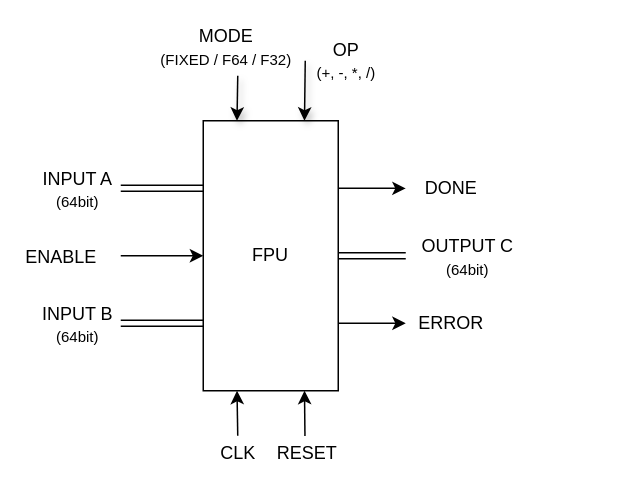
This is FPU.drawio from mido3ds/ode-solver-chip, a draw.io file, before an edit. Source tidied: cells renumbered, new cells numbered last; positions are measured from the earlier drawing's top-left corner, leaving out a move shared by most shapes. Both pictures are drawn from the tidied source at 150%, with x=0, y=0 at pixel (120, 60).
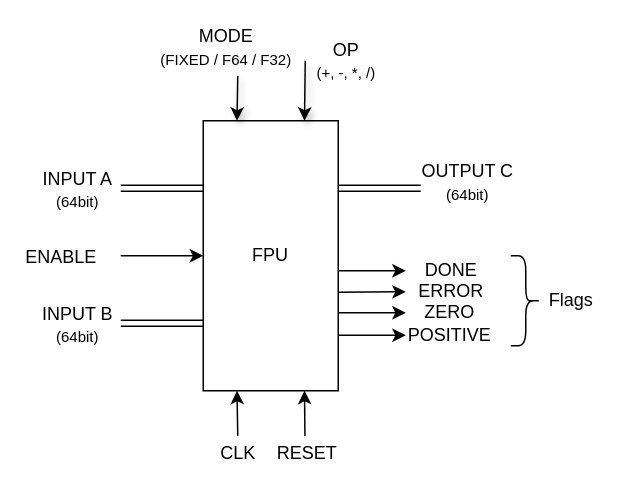
Above is the later version.

Unchanged cells that the change refers to:
```xml
<mxCell id="8" value="FPU" style="rounded=0;whiteSpace=wrap;html=1;" parent="1" vertex="1">
  <mxGeometry x="55" y="40" width="90" height="180" as="geometry" />
</mxCell>
```

Change to the diagram source:
```diff
@@
-    <mxCell id="2" style="edgeStyle=orthogonalEdgeStyle;rounded=0;jettySize=auto;html=1;exitX=1;exitY=0.25;exitDx=0;exitDy=0;shadow=0;" parent="1" edge="1" source="8">
+    <mxCell id="2" style="edgeStyle=orthogonalEdgeStyle;rounded=0;orthogonalLoop=1;jettySize=auto;html=1;shadow=0;" parent="1" edge="1">
       <mxGeometry relative="1" as="geometry">
-        <mxPoint x="190" y="85.1" as="targetPoint" />
+        <mxPoint x="145" y="140" as="sourcePoint" />
+        <mxPoint x="190" y="140" as="targetPoint" />
       </mxGeometry>
     </mxCell>
@@
-    <mxCell id="17" style="shape=link;html=1;exitX=1;exitY=0.5;exitDx=0;exitDy=0;" parent="1" edge="1" source="8">
+    <mxCell id="17" style="shape=link;html=1;exitX=1;exitY=0.25;exitDx=0;exitDy=0;" parent="1" edge="1" source="8">
       <mxGeometry relative="1" as="geometry">
-        <mxPoint x="190" y="130" as="targetPoint" />
+        <mxPoint x="200" y="85" as="targetPoint" />
       </mxGeometry>
     </mxCell>
     <mxCell id="18" value="OUTPUT C&lt;br style=&quot;font-size: 10px&quot;&gt;&lt;font size=&quot;1&quot;&gt;(64bit)&lt;/font&gt;" style="text;html=1;align=center;verticalAlign=middle;labelBackgroundColor=#ffffff;" parent="17" vertex="1">
       <mxGeometry x="-0.28" y="-4" relative="1" as="geometry">
-        <mxPoint x="69.1" y="-4" as="offset" />
+        <mxPoint x="65.4" y="-9" as="offset" />
       </mxGeometry>
     </mxCell>
-    <mxCell id="19" style="endArrow=classic;html=1;shadow=0;exitX=1;exitY=0.75;exitDx=0;exitDy=0;" parent="1" edge="1" source="8">
+    <mxCell id="19" style="endArrow=classic;html=1;shadow=0;exitX=1.002;exitY=0.635;exitDx=0;exitDy=0;exitPerimeter=0;" parent="1" edge="1" source="8">
       <mxGeometry relative="1" as="geometry">
-        <mxPoint x="190" y="175" as="targetPoint" />
+        <mxPoint x="190" y="154" as="targetPoint" />
       </mxGeometry>
     </mxCell>
     <mxCell id="20" value="ERROR" style="text;html=1;align=center;verticalAlign=middle;labelBackgroundColor=#ffffff;" parent="19" vertex="1">
       <mxGeometry x="0.43" y="-2" relative="1" as="geometry">
-        <mxPoint x="42.1" y="-3" as="offset" />
+        <mxPoint x="41.9" y="-3" as="offset" />
       </mxGeometry>
     </mxCell>
@@
+    <mxCell id="23" style="endArrow=classic;html=1;shadow=0;exitX=1;exitY=0.75;exitDx=0;exitDy=0;" parent="1" edge="1">
+      <mxGeometry relative="1" as="geometry">
+        <mxPoint x="145" y="168" as="sourcePoint" />
+        <mxPoint x="190" y="168" as="targetPoint" />
+      </mxGeometry>
+    </mxCell>
+    <mxCell id="24" value="ZERO" style="text;html=1;align=center;verticalAlign=middle;labelBackgroundColor=#ffffff;" parent="23" vertex="1">
+      <mxGeometry x="0.43" y="-2" relative="1" as="geometry">
+        <mxPoint x="41.8" y="-3" as="offset" />
+      </mxGeometry>
+    </mxCell>
+    <mxCell id="25" style="endArrow=classic;html=1;shadow=0;exitX=1;exitY=0.75;exitDx=0;exitDy=0;" parent="1" edge="1">
+      <mxGeometry relative="1" as="geometry">
+        <mxPoint x="145" y="183" as="sourcePoint" />
+        <mxPoint x="190" y="183" as="targetPoint" />
+      </mxGeometry>
+    </mxCell>
+    <mxCell id="26" value="POSITIVE" style="text;html=1;align=center;verticalAlign=middle;labelBackgroundColor=#ffffff;" parent="25" vertex="1">
+      <mxGeometry x="0.43" y="-2" relative="1" as="geometry">
+        <mxPoint x="41.8" y="-3" as="offset" />
+      </mxGeometry>
+    </mxCell>
+    <mxCell id="27" style="shape=curlyBracket;whiteSpace=wrap;html=1;rounded=1;direction=west;" parent="1" vertex="1">
+      <mxGeometry x="260" y="130" width="20" height="60" as="geometry" />
+    </mxCell>
+    <mxCell id="28" value="Flags" style="text;html=1;align=center;verticalAlign=middle;" parent="1" vertex="1">
+      <mxGeometry x="280" y="150" width="40" height="20" as="geometry" />
+    </mxCell>
```
